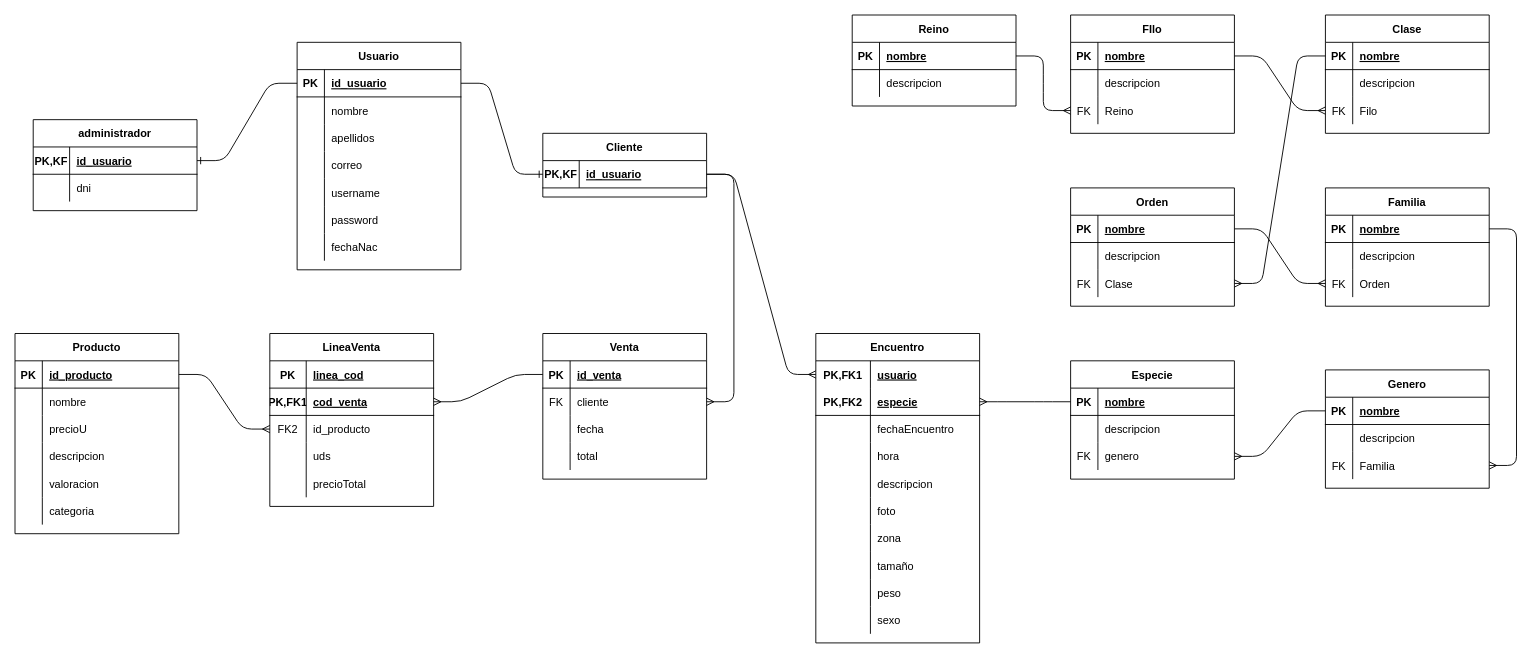
The draw.io diagram proyecto.drawio in krobert151/FinalProyect, before the edit. Source tidied: cells renumbered, new cells numbered last; positions are measured from the earlier drawing's top-left corner, leaving out a move shared by most shapes. Both pictures are drawn from the tidied source at 91%, with x=0, y=0 at pixel (15, 15).
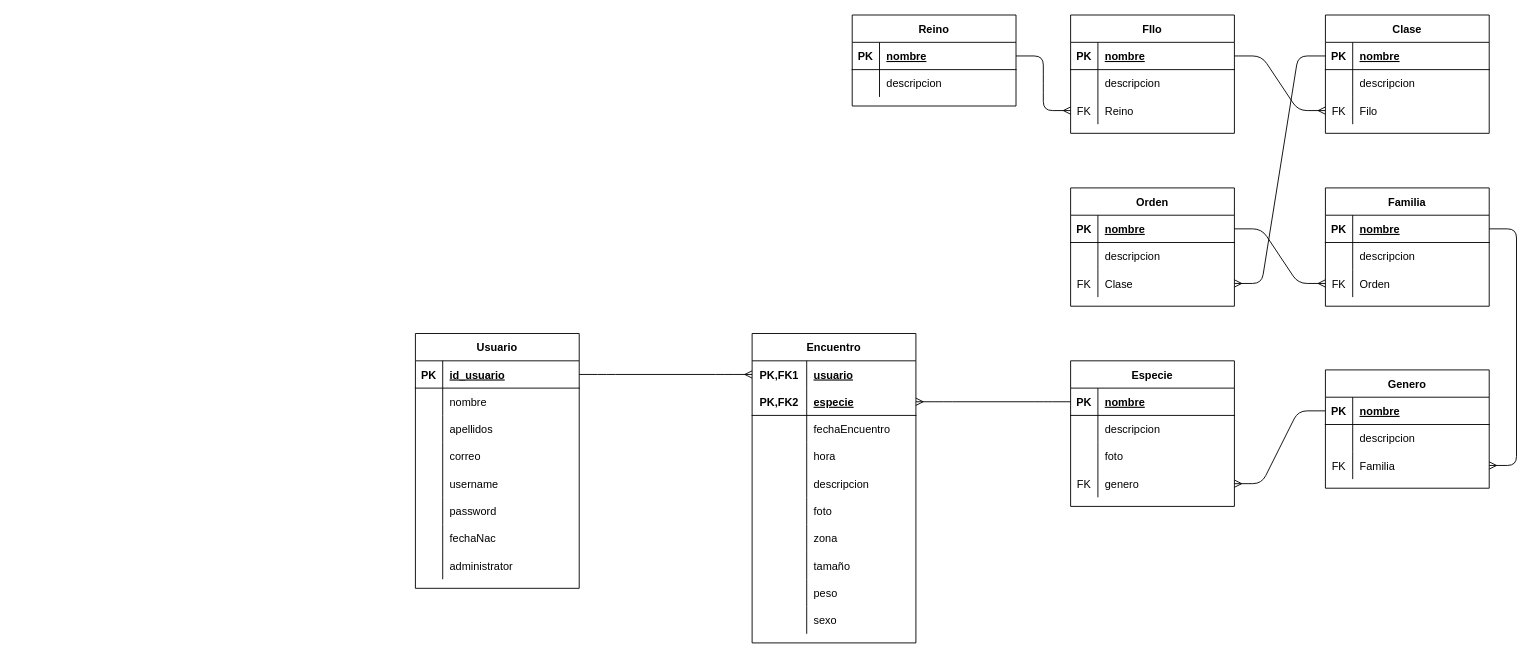
Above is the later version.

The change refers to these unchanged cells:
```xml
<mxCell id="3" style="shape=partialRectangle;fillColor=none;top=0;left=0;bottom=1;right=0;points=[[0,0.5],[1,0.5]];portConstraint=eastwest;" parent="2" vertex="1">
  <mxGeometry y="30" width="180" height="30" as="geometry" />
</mxCell>
<mxCell id="105" style="shape=partialRectangle;fillColor=none;top=0;left=0;bottom=0;right=0;points=[[0,0.5],[1,0.5]];portConstraint=eastwest;" parent="104" vertex="1">
  <mxGeometry y="30" width="180" height="30" as="geometry" />
</mxCell>
```

The edit, as a diff of the source:
```diff
@@
     <mxCell id="2" value="Usuario" style="shape=table;startSize=30;childLayout=tableLayout;rowLines=0;fontStyle=1;align=center;" parent="1" vertex="1">
-      <mxGeometry x="310" y="30" width="180" height="250" as="geometry" />
+      <mxGeometry x="440" y="350" width="180" height="280" as="geometry" />
     </mxCell>
@@
-    <mxCell id="24" value="administrador" style="shape=table;startSize=30;childLayout=tableLayout;rowLines=0;fontStyle=1;align=center;" parent="1" vertex="1">
-      <mxGeometry x="20" y="115" width="180" height="100" as="geometry" />
-    </mxCell>
-    <mxCell id="25" style="shape=partialRectangle;fillColor=none;top=0;left=0;bottom=1;right=0;points=[[0,0.5],[1,0.5]];portConstraint=eastwest;" parent="24" vertex="1">
-      <mxGeometry y="30" width="180" height="30" as="geometry" />
-    </mxCell>
-    <mxCell id="26" value="PK,KF" style="shape=partialRectangle;fillColor=none;top=0;left=0;bottom=0;right=0;fontStyle=1;overflow=hidden;" parent="25" vertex="1">
-      <mxGeometry width="40" height="30" as="geometry" />
-    </mxCell>
-    <mxCell id="27" value="id_usuario" style="shape=partialRectangle;fillColor=none;top=0;left=0;bottom=0;right=0;align=left;spacingLeft=6;fontStyle=5;overflow=hidden;" parent="25" vertex="1">
-      <mxGeometry x="40" width="140" height="30" as="geometry" />
-    </mxCell>
-    <mxCell id="28" style="shape=partialRectangle;fillColor=none;top=0;left=0;bottom=0;right=0;" parent="24" vertex="1">
-      <mxGeometry y="60" width="180" height="30" as="geometry" />
-    </mxCell>
-    <mxCell id="29" style="shape=partialRectangle;fillColor=none;top=0;left=0;bottom=0;right=0;overflow=hidden;" parent="28" vertex="1">
-      <mxGeometry width="40" height="30" as="geometry" />
-    </mxCell>
-    <mxCell id="30" value="dni" style="shape=partialRectangle;fillColor=none;top=0;left=0;bottom=0;right=0;align=left;spacingLeft=6;overflow=hidden;" parent="28" vertex="1">
-      <mxGeometry x="40" width="140" height="30" as="geometry" />
-    </mxCell>
-    <mxCell id="31" value="Cliente" style="shape=table;startSize=30;childLayout=tableLayout;rowLines=0;fontStyle=1;align=center;" parent="1" vertex="1">
-      <mxGeometry x="580" y="130" width="180" height="70" as="geometry" />
-    </mxCell>
-    <mxCell id="32" style="shape=partialRectangle;fillColor=none;top=0;left=0;bottom=1;right=0;points=[[0,0.5],[1,0.5]];portConstraint=eastwest;" parent="31" vertex="1">
-      <mxGeometry y="30" width="180" height="30" as="geometry" />
-    </mxCell>
-    <mxCell id="33" value="PK,KF" style="shape=partialRectangle;fillColor=none;top=0;left=0;bottom=0;right=0;fontStyle=1;overflow=hidden;" parent="32" vertex="1">
-      <mxGeometry width="40" height="30" as="geometry" />
-    </mxCell>
-    <mxCell id="34" value="id_usuario" style="shape=partialRectangle;fillColor=none;top=0;left=0;bottom=0;right=0;align=left;spacingLeft=6;fontStyle=5;overflow=hidden;" parent="32" vertex="1">
-      <mxGeometry x="40" width="140" height="30" as="geometry" />
-    </mxCell>
-    <mxCell id="35" style="edgeStyle=entityRelationEdgeStyle;fontSize=12;html=1;endArrow=ERone;endFill=1;" parent="1" edge="1" source="3" target="25">
-      <mxGeometry relative="1" as="geometry" />
-    </mxCell>
-    <mxCell id="36" style="edgeStyle=entityRelationEdgeStyle;fontSize=12;html=1;endArrow=ERone;endFill=1;" parent="1" edge="1" source="3" target="32">
-      <mxGeometry relative="1" as="geometry" />
-    </mxCell>
+    <mxCell id="194" style="shape=tableRow;horizontal=0;startSize=0;swimlaneHead=0;swimlaneBody=0;fillColor=none;top=0;left=0;right=0;bottom=0;" parent="2" vertex="1">
+      <mxGeometry y="240" width="180" height="30" as="geometry" />
+    </mxCell>
+    <mxCell id="195" style="shape=partialRectangle;fillColor=none;top=0;left=0;bottom=0;right=0;overflow=hidden;" parent="194" vertex="1">
+      <mxGeometry width="30" height="30" as="geometry" />
+    </mxCell>
+    <mxCell id="196" value="administrator" style="shape=partialRectangle;fillColor=none;top=0;left=0;bottom=0;right=0;align=left;spacingLeft=6;overflow=hidden;" parent="194" vertex="1">
+      <mxGeometry x="30" width="150" height="30" as="geometry" />
+    </mxCell>
     <mxCell id="37" value="Especie" style="shape=table;startSize=30;childLayout=tableLayout;rowLines=0;fontStyle=1;align=center;" parent="1" vertex="1">
-      <mxGeometry x="1160" y="380" width="180" height="130" as="geometry" />
+      <mxGeometry x="1160" y="380" width="180" height="160" as="geometry" />
     </mxCell>
@@
+    <mxCell id="197" style="shape=tableRow;horizontal=0;startSize=0;swimlaneHead=0;swimlaneBody=0;fillColor=none;top=0;left=0;right=0;bottom=0;" parent="37" vertex="1">
+      <mxGeometry y="90" width="180" height="30" as="geometry" />
+    </mxCell>
+    <mxCell id="198" style="shape=partialRectangle;fillColor=none;top=0;left=0;bottom=0;right=0;fontStyle=0;overflow=hidden;" parent="197" vertex="1">
+      <mxGeometry width="30" height="30" as="geometry" />
+    </mxCell>
+    <mxCell id="199" value="foto" style="shape=partialRectangle;fillColor=none;top=0;left=0;bottom=0;right=0;align=left;spacingLeft=6;fontStyle=0;overflow=hidden;" parent="197" vertex="1">
+      <mxGeometry x="30" width="150" height="30" as="geometry" />
+    </mxCell>
     <mxCell id="44" style="shape=partialRectangle;fillColor=none;top=0;left=0;bottom=0;right=0;points=[[0,0.5],[1,0.5]];portConstraint=eastwest;" parent="37" vertex="1">
-      <mxGeometry y="90" width="180" height="30" as="geometry" />
+      <mxGeometry y="120" width="180" height="30" as="geometry" />
     </mxCell>
@@
     <mxCell id="104" value="Encuentro" style="shape=table;startSize=30;childLayout=tableLayout;rowLines=0;fontStyle=1;align=center;" parent="1" vertex="1">
-      <mxGeometry x="880" y="350" width="180" height="340" as="geometry" />
+      <mxGeometry x="810" y="350" width="180" height="340" as="geometry" />
     </mxCell>
@@
-    <mxCell id="135" value="Producto" style="shape=table;startSize=30;childLayout=tableLayout;rowLines=0;fontStyle=1;align=center;" parent="1" vertex="1">
-      <mxGeometry y="350" width="180" height="220" as="geometry" />
-    </mxCell>
-    <mxCell id="136" style="shape=partialRectangle;fillColor=none;top=0;left=0;bottom=1;right=0;points=[[0,0.5],[1,0.5]];portConstraint=eastwest;" parent="135" vertex="1">
-      <mxGeometry y="30" width="180" height="30" as="geometry" />
-    </mxCell>
-    <mxCell id="137" value="PK" style="shape=partialRectangle;fillColor=none;top=0;left=0;bottom=0;right=0;fontStyle=1;overflow=hidden;" parent="136" vertex="1">
-      <mxGeometry width="30" height="30" as="geometry" />
-    </mxCell>
-    <mxCell id="138" value="id_producto" style="shape=partialRectangle;fillColor=none;top=0;left=0;bottom=0;right=0;align=left;spacingLeft=6;fontStyle=5;overflow=hidden;" parent="136" vertex="1">
-      <mxGeometry x="30" width="150" height="30" as="geometry" />
-    </mxCell>
-    <mxCell id="139" style="shape=partialRectangle;fillColor=none;top=0;left=0;bottom=0;right=0;" parent="135" vertex="1">
-      <mxGeometry y="60" width="180" height="30" as="geometry" />
-    </mxCell>
-    <mxCell id="140" style="shape=partialRectangle;fillColor=none;top=0;left=0;bottom=0;right=0;overflow=hidden;" parent="139" vertex="1">
-      <mxGeometry width="30" height="30" as="geometry" />
-    </mxCell>
-    <mxCell id="141" value="nombre" style="shape=partialRectangle;fillColor=none;top=0;left=0;bottom=0;right=0;align=left;spacingLeft=6;overflow=hidden;" parent="139" vertex="1">
-      <mxGeometry x="30" width="150" height="30" as="geometry" />
-    </mxCell>
-    <mxCell id="142" style="shape=partialRectangle;fillColor=none;top=0;left=0;bottom=0;right=0;" parent="135" vertex="1">
-      <mxGeometry y="90" width="180" height="30" as="geometry" />
-    </mxCell>
-    <mxCell id="143" style="shape=partialRectangle;fillColor=none;top=0;left=0;bottom=0;right=0;overflow=hidden;" parent="142" vertex="1">
-      <mxGeometry width="30" height="30" as="geometry" />
-    </mxCell>
-    <mxCell id="144" value="precioU" style="shape=partialRectangle;fillColor=none;top=0;left=0;bottom=0;right=0;align=left;spacingLeft=6;overflow=hidden;" parent="142" vertex="1">
-      <mxGeometry x="30" width="150" height="30" as="geometry" />
-    </mxCell>
-    <mxCell id="145" style="shape=partialRectangle;fillColor=none;top=0;left=0;bottom=0;right=0;" parent="135" vertex="1">
-      <mxGeometry y="120" width="180" height="30" as="geometry" />
-    </mxCell>
-    <mxCell id="146" style="shape=partialRectangle;fillColor=none;top=0;left=0;bottom=0;right=0;overflow=hidden;" parent="145" vertex="1">
-      <mxGeometry width="30" height="30" as="geometry" />
-    </mxCell>
-    <mxCell id="147" value="descripcion" style="shape=partialRectangle;fillColor=none;top=0;left=0;bottom=0;right=0;align=left;spacingLeft=6;overflow=hidden;" parent="145" vertex="1">
-      <mxGeometry x="30" width="150" height="30" as="geometry" />
-    </mxCell>
-    <mxCell id="148" style="shape=partialRectangle;fillColor=none;top=0;left=0;bottom=0;right=0;" parent="135" vertex="1">
-      <mxGeometry y="150" width="180" height="30" as="geometry" />
-    </mxCell>
-    <mxCell id="149" style="shape=partialRectangle;fillColor=none;top=0;left=0;bottom=0;right=0;overflow=hidden;" parent="148" vertex="1">
-      <mxGeometry width="30" height="30" as="geometry" />
-    </mxCell>
-    <mxCell id="150" value="valoracion" style="shape=partialRectangle;fillColor=none;top=0;left=0;bottom=0;right=0;align=left;spacingLeft=6;overflow=hidden;" parent="148" vertex="1">
-      <mxGeometry x="30" width="150" height="30" as="geometry" />
-    </mxCell>
-    <mxCell id="151" style="shape=partialRectangle;fillColor=none;top=0;left=0;bottom=0;right=0;" parent="135" vertex="1">
-      <mxGeometry y="180" width="180" height="30" as="geometry" />
-    </mxCell>
-    <mxCell id="152" style="shape=partialRectangle;fillColor=none;top=0;left=0;bottom=0;right=0;overflow=hidden;" parent="151" vertex="1">
-      <mxGeometry width="30" height="30" as="geometry" />
-    </mxCell>
-    <mxCell id="153" value="categoria" style="shape=partialRectangle;fillColor=none;top=0;left=0;bottom=0;right=0;align=left;spacingLeft=6;overflow=hidden;" parent="151" vertex="1">
-      <mxGeometry x="30" width="150" height="30" as="geometry" />
-    </mxCell>
-    <mxCell id="154" value="LineaVenta" style="shape=table;startSize=30;childLayout=tableLayout;rowLines=0;fontStyle=1;align=center;" parent="1" vertex="1">
-      <mxGeometry x="280" y="350" width="180" height="190" as="geometry" />
-    </mxCell>
-    <mxCell id="155" style="shape=partialRectangle;fillColor=none;top=0;left=0;bottom=1;right=0;" parent="154" vertex="1">
-      <mxGeometry y="30" width="180" height="30" as="geometry" />
-    </mxCell>
-    <mxCell id="156" value="PK" style="shape=partialRectangle;fillColor=none;top=0;left=0;bottom=0;right=0;fontStyle=1;overflow=hidden;" parent="155" vertex="1">
-      <mxGeometry width="40" height="30" as="geometry" />
-    </mxCell>
-    <mxCell id="157" value="linea_cod" style="shape=partialRectangle;fillColor=none;top=0;left=0;bottom=0;right=0;align=left;spacingLeft=6;fontStyle=5;overflow=hidden;" parent="155" vertex="1">
-      <mxGeometry x="40" width="140" height="30" as="geometry" />
-    </mxCell>
-    <mxCell id="158" style="shape=partialRectangle;fillColor=none;top=0;left=0;bottom=1;right=0;points=[[0,0.5],[1,0.5]];portConstraint=eastwest;" parent="154" vertex="1">
-      <mxGeometry y="60" width="180" height="30" as="geometry" />
-    </mxCell>
-    <mxCell id="159" value="PK,FK1" style="shape=partialRectangle;fillColor=none;top=0;left=0;bottom=0;right=0;fontStyle=1;overflow=hidden;" parent="158" vertex="1">
-      <mxGeometry width="40" height="30" as="geometry" />
-    </mxCell>
-    <mxCell id="160" value="cod_venta" style="shape=partialRectangle;fillColor=none;top=0;left=0;bottom=0;right=0;align=left;spacingLeft=6;fontStyle=5;overflow=hidden;" parent="158" vertex="1">
-      <mxGeometry x="40" width="140" height="30" as="geometry" />
-    </mxCell>
-    <mxCell id="161" style="shape=partialRectangle;fillColor=none;top=0;left=0;bottom=0;right=0;points=[[0,0.5],[1,0.5]];portConstraint=eastwest;" parent="154" vertex="1">
-      <mxGeometry y="90" width="180" height="30" as="geometry" />
-    </mxCell>
-    <mxCell id="162" value="FK2" style="shape=partialRectangle;fillColor=none;top=0;left=0;bottom=0;right=0;overflow=hidden;" parent="161" vertex="1">
-      <mxGeometry width="40" height="30" as="geometry" />
-    </mxCell>
-    <mxCell id="163" value="id_producto" style="shape=partialRectangle;fillColor=none;top=0;left=0;bottom=0;right=0;align=left;spacingLeft=6;overflow=hidden;" parent="161" vertex="1">
-      <mxGeometry x="40" width="140" height="30" as="geometry" />
-    </mxCell>
-    <mxCell id="164" style="shape=partialRectangle;fillColor=none;top=0;left=0;bottom=0;right=0;" parent="154" vertex="1">
-      <mxGeometry y="120" width="180" height="30" as="geometry" />
-    </mxCell>
-    <mxCell id="165" style="shape=partialRectangle;fillColor=none;top=0;left=0;bottom=0;right=0;overflow=hidden;" parent="164" vertex="1">
-      <mxGeometry width="40" height="30" as="geometry" />
-    </mxCell>
-    <mxCell id="166" value="uds" style="shape=partialRectangle;fillColor=none;top=0;left=0;bottom=0;right=0;align=left;spacingLeft=6;overflow=hidden;" parent="164" vertex="1">
-      <mxGeometry x="40" width="140" height="30" as="geometry" />
-    </mxCell>
-    <mxCell id="167" style="shape=partialRectangle;fillColor=none;top=0;left=0;bottom=0;right=0;" parent="154" vertex="1">
-      <mxGeometry y="150" width="180" height="30" as="geometry" />
-    </mxCell>
-    <mxCell id="168" style="shape=partialRectangle;fillColor=none;top=0;left=0;bottom=0;right=0;overflow=hidden;" parent="167" vertex="1">
-      <mxGeometry width="40" height="30" as="geometry" />
-    </mxCell>
-    <mxCell id="169" value="precioTotal" style="shape=partialRectangle;fillColor=none;top=0;left=0;bottom=0;right=0;align=left;spacingLeft=6;overflow=hidden;" parent="167" vertex="1">
-      <mxGeometry x="40" width="140" height="30" as="geometry" />
-    </mxCell>
-    <mxCell id="170" value="Venta" style="shape=table;startSize=30;childLayout=tableLayout;rowLines=0;fontStyle=1;align=center;" parent="1" vertex="1">
-      <mxGeometry x="580" y="350" width="180" height="160" as="geometry" />
-    </mxCell>
-    <mxCell id="171" style="shape=partialRectangle;fillColor=none;top=0;left=0;bottom=1;right=0;points=[[0,0.5],[1,0.5]];portConstraint=eastwest;" parent="170" vertex="1">
-      <mxGeometry y="30" width="180" height="30" as="geometry" />
-    </mxCell>
-    <mxCell id="172" value="PK" style="shape=partialRectangle;fillColor=none;top=0;left=0;bottom=0;right=0;fontStyle=1;overflow=hidden;" parent="171" vertex="1">
-      <mxGeometry width="30" height="30" as="geometry" />
-    </mxCell>
-    <mxCell id="173" value="id_venta" style="shape=partialRectangle;fillColor=none;top=0;left=0;bottom=0;right=0;align=left;spacingLeft=6;fontStyle=5;overflow=hidden;" parent="171" vertex="1">
-      <mxGeometry x="30" width="150" height="30" as="geometry" />
-    </mxCell>
-    <mxCell id="174" style="shape=partialRectangle;fillColor=none;top=0;left=0;bottom=0;right=0;points=[[0,0.5],[1,0.5]];portConstraint=eastwest;" parent="170" vertex="1">
-      <mxGeometry y="60" width="180" height="30" as="geometry" />
-    </mxCell>
-    <mxCell id="175" value="FK" style="shape=partialRectangle;fillColor=none;top=0;left=0;bottom=0;right=0;overflow=hidden;" parent="174" vertex="1">
-      <mxGeometry width="30" height="30" as="geometry" />
-    </mxCell>
-    <mxCell id="176" value="cliente" style="shape=partialRectangle;fillColor=none;top=0;left=0;bottom=0;right=0;align=left;spacingLeft=6;overflow=hidden;" parent="174" vertex="1">
-      <mxGeometry x="30" width="150" height="30" as="geometry" />
-    </mxCell>
-    <mxCell id="177" style="shape=partialRectangle;fillColor=none;top=0;left=0;bottom=0;right=0;" parent="170" vertex="1">
-      <mxGeometry y="90" width="180" height="30" as="geometry" />
-    </mxCell>
-    <mxCell id="178" style="shape=partialRectangle;fillColor=none;top=0;left=0;bottom=0;right=0;overflow=hidden;" parent="177" vertex="1">
-      <mxGeometry width="30" height="30" as="geometry" />
-    </mxCell>
-    <mxCell id="179" value="fecha" style="shape=partialRectangle;fillColor=none;top=0;left=0;bottom=0;right=0;align=left;spacingLeft=6;overflow=hidden;" parent="177" vertex="1">
-      <mxGeometry x="30" width="150" height="30" as="geometry" />
-    </mxCell>
-    <mxCell id="180" style="shape=partialRectangle;fillColor=none;top=0;left=0;bottom=0;right=0;" parent="170" vertex="1">
-      <mxGeometry y="120" width="180" height="30" as="geometry" />
-    </mxCell>
-    <mxCell id="181" style="shape=partialRectangle;fillColor=none;top=0;left=0;bottom=0;right=0;overflow=hidden;" parent="180" vertex="1">
-      <mxGeometry width="30" height="30" as="geometry" />
-    </mxCell>
-    <mxCell id="182" value="total" style="shape=partialRectangle;fillColor=none;top=0;left=0;bottom=0;right=0;align=left;spacingLeft=6;overflow=hidden;" parent="180" vertex="1">
-      <mxGeometry x="30" width="150" height="30" as="geometry" />
-    </mxCell>
-    <mxCell id="183" style="edgeStyle=entityRelationEdgeStyle;fontSize=12;html=1;endArrow=ERmany;" parent="1" edge="1" source="32" target="105">
+    <mxCell id="183" style="edgeStyle=entityRelationEdgeStyle;fontSize=12;html=1;endArrow=ERmany;" parent="1" edge="1" source="3" target="105">
       <mxGeometry relative="1" as="geometry" />
     </mxCell>
@@
-    <mxCell id="191" style="edgeStyle=entityRelationEdgeStyle;fontSize=12;html=1;endArrow=ERmany;" parent="1" edge="1" source="32" target="174">
-      <mxGeometry relative="1" as="geometry" />
-    </mxCell>
-    <mxCell id="192" style="edgeStyle=entityRelationEdgeStyle;fontSize=12;html=1;endArrow=ERmany;" parent="1" edge="1" source="136" target="161">
-      <mxGeometry relative="1" as="geometry" />
-    </mxCell>
-    <mxCell id="193" style="edgeStyle=entityRelationEdgeStyle;fontSize=12;html=1;endArrow=ERmany;" parent="1" edge="1" source="171" target="158">
-      <mxGeometry relative="1" as="geometry" />
-    </mxCell>
```
